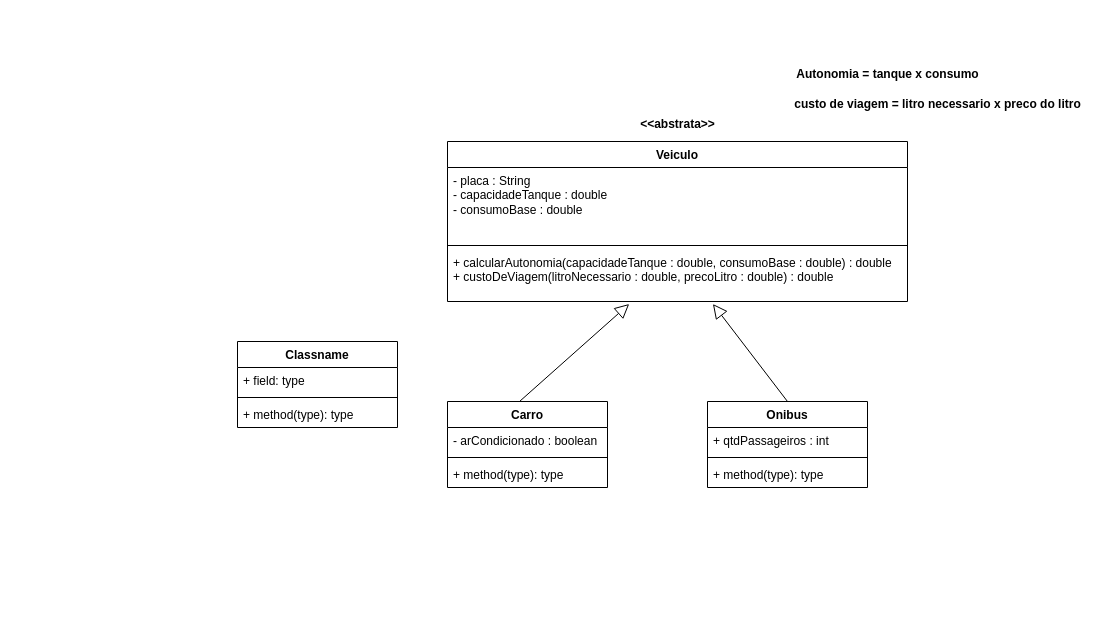
Earlier version of the draw.io diagram POO/Exercicio_Heranca_Modelagem/exe_questao2/src/main/java/com/empresa/Diagrama.drawio (djuliasabrina/FURB). Source tidied: cells renumbered, new cells numbered last; positions are measured from the earlier drawing's top-left corner, leaving out a move shared by most shapes. Both pictures are drawn from the tidied source at 100%, with x=0, y=0 at pixel (237, 61).
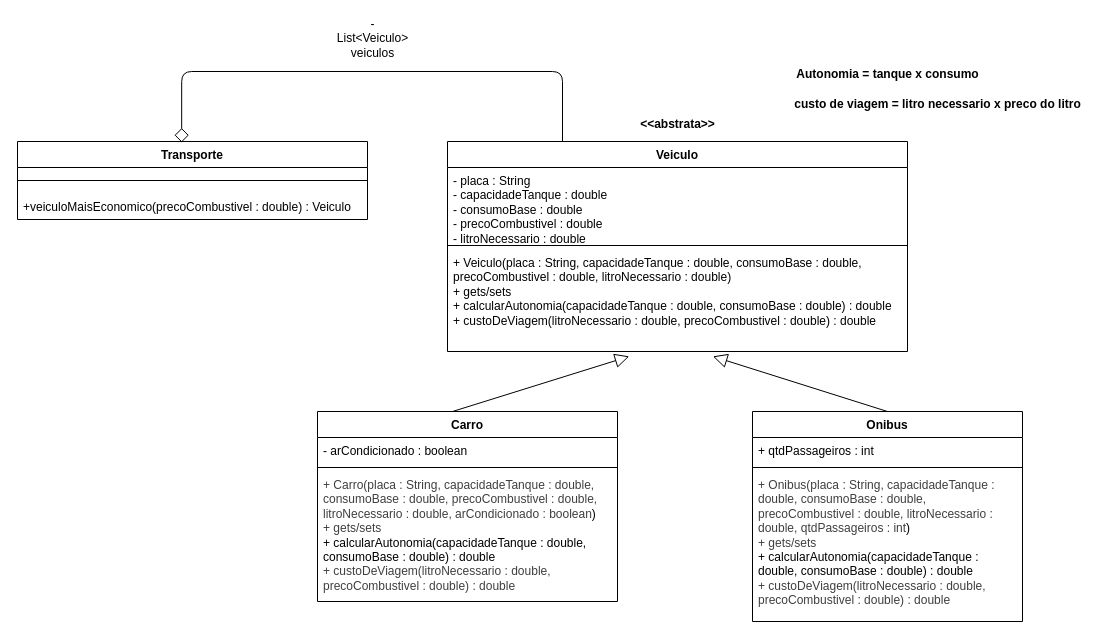
The same diagram, later.

What changed in the source:
```diff
@@
     <mxCell id="2" value="Veiculo&lt;div&gt;&lt;br&gt;&lt;/div&gt;" style="swimlane;fontStyle=1;align=center;verticalAlign=top;horizontal=1;startSize=26;whiteSpace=wrap;html=1;" parent="1" vertex="1">
-      <mxGeometry x="210" y="80" width="460" height="160" as="geometry" />
+      <mxGeometry x="210" y="80" width="460" height="210" as="geometry" />
     </mxCell>
-    <mxCell id="3" value="- placa : String&lt;div&gt;- capacidadeTanque : double&lt;/div&gt;&lt;div&gt;- consumoBase : double&lt;/div&gt;" style="text;strokeColor=none;fillColor=none;align=left;verticalAlign=top;spacingLeft=4;spacingRight=4;overflow=hidden;whiteSpace=wrap;html=1;" parent="2" vertex="1">
+    <mxCell id="3" value="- placa : String&lt;div&gt;- capacidadeTanque : double&lt;/div&gt;&lt;div&gt;- consumoBase : double&lt;/div&gt;&lt;div&gt;- precoCombustivel : double&lt;/div&gt;&lt;div&gt;- litroNecessario : double&lt;/div&gt;" style="text;strokeColor=none;fillColor=none;align=left;verticalAlign=top;spacingLeft=4;spacingRight=4;overflow=hidden;whiteSpace=wrap;html=1;" parent="2" vertex="1">
       <mxGeometry y="26" width="460" height="74" as="geometry" />
     </mxCell>
@@
-    <mxCell id="5" value="+ calcularAutonomia(capacidadeTanque : double, consumoBase : double) : double&lt;div&gt;+ custoDeViagem(litroNecessario : double, precoLitro : double) : double&lt;/div&gt;" style="text;strokeColor=none;fillColor=none;align=left;verticalAlign=top;spacingLeft=4;spacingRight=4;overflow=hidden;points=[[0,0.5],[1,0.5]];portConstraint=eastwest;whiteSpace=wrap;html=1;" parent="2" vertex="1">
-      <mxGeometry y="108" width="460" height="52" as="geometry" />
+    <mxCell id="5" value="&lt;div&gt;+ Veiculo(placa : String, capacidadeTanque : double, consumoBase : double, precoCombustivel : double, litroNecessario : double)&amp;nbsp;&lt;/div&gt;&lt;div&gt;+ gets/sets&lt;/div&gt;+ calcularAutonomia(capacidadeTanque : double, consumoBase : double) : double&lt;div&gt;+ custoDeViagem(litroNecessario : double, precoCombustivel : double) : double&lt;/div&gt;" style="text;strokeColor=none;fillColor=none;align=left;verticalAlign=top;spacingLeft=4;spacingRight=4;overflow=hidden;points=[[0,0.5],[1,0.5]];portConstraint=eastwest;whiteSpace=wrap;html=1;" parent="2" vertex="1">
+      <mxGeometry y="108" width="460" height="102" as="geometry" />
     </mxCell>
     <mxCell id="6" value="Onibus" style="swimlane;fontStyle=1;align=center;verticalAlign=top;horizontal=1;startSize=26;whiteSpace=wrap;html=1;" parent="1" vertex="1">
-      <mxGeometry x="470" y="340" width="160" height="86" as="geometry" />
+      <mxGeometry x="515" y="350" width="270" height="210" as="geometry" />
     </mxCell>
     <mxCell id="7" value="+ qtdPassageiros : int" style="text;strokeColor=none;fillColor=none;align=left;verticalAlign=top;spacingLeft=4;spacingRight=4;overflow=hidden;whiteSpace=wrap;html=1;" parent="6" vertex="1">
-      <mxGeometry y="26" width="160" height="26" as="geometry" />
+      <mxGeometry y="26" width="270" height="26" as="geometry" />
     </mxCell>
     <mxCell id="8" style="line;strokeWidth=1;fillColor=none;align=left;verticalAlign=middle;spacingTop=-1;spacingLeft=3;spacingRight=3;labelPosition=right;strokeColor=inherit;" parent="6" vertex="1">
-      <mxGeometry y="52" width="160" height="8" as="geometry" />
+      <mxGeometry y="52" width="270" height="8" as="geometry" />
     </mxCell>
-    <mxCell id="9" value="+ method(type): type" style="text;strokeColor=none;fillColor=none;align=left;verticalAlign=top;spacingLeft=4;spacingRight=4;overflow=hidden;whiteSpace=wrap;html=1;" parent="6" vertex="1">
-      <mxGeometry y="60" width="160" height="26" as="geometry" />
+    <mxCell id="9" value="&lt;div&gt;&lt;span style=&quot;color: rgb(63, 63, 63);&quot;&gt;+ Onibus(&lt;/span&gt;&lt;span style=&quot;color: rgb(63, 63, 63); background-color: transparent;&quot;&gt;placa : String, capacidadeTanque : double, consumoBase : double, precoCombustivel : double, litroNecessario : double, qtdPassageiros : int&lt;/span&gt;&lt;span style=&quot;background-color: transparent;&quot;&gt;)&lt;/span&gt;&lt;/div&gt;&lt;span style=&quot;color: rgb(63, 63, 63);&quot;&gt;+ gets/sets&lt;/span&gt;&lt;div&gt;&lt;span style=&quot;color: rgb(63, 63, 63);&quot;&gt;&lt;span style=&quot;color: rgb(0, 0, 0);&quot;&gt;+ calcularAutonomia(capacidadeTanque : double, consumoBase : double) : double&lt;/span&gt;&lt;div style=&quot;color: rgb(63, 63, 63); scrollbar-color: rgba(121, 121, 121, 0.4) rgb(40, 42, 54);&quot;&gt;+ custoDeViagem(litroNecessario : double, precoCombustivel : double) : double&lt;/div&gt;&lt;/span&gt;&lt;/div&gt;" style="text;strokeColor=none;fillColor=none;align=left;verticalAlign=top;spacingLeft=4;spacingRight=4;overflow=hidden;whiteSpace=wrap;html=1;" parent="6" vertex="1">
+      <mxGeometry y="60" width="270" height="150" as="geometry" />
     </mxCell>
     <mxCell id="10" value="Carro" style="swimlane;fontStyle=1;align=center;verticalAlign=top;horizontal=1;startSize=26;whiteSpace=wrap;html=1;" parent="1" vertex="1">
-      <mxGeometry x="210" y="340" width="160" height="86" as="geometry" />
+      <mxGeometry x="80" y="350" width="300" height="190" as="geometry" />
     </mxCell>
     <mxCell id="11" value="- arCondicionado : boolean" style="text;strokeColor=none;fillColor=none;align=left;verticalAlign=top;spacingLeft=4;spacingRight=4;overflow=hidden;whiteSpace=wrap;html=1;" parent="10" vertex="1">
-      <mxGeometry y="26" width="160" height="26" as="geometry" />
+      <mxGeometry y="26" width="300" height="26" as="geometry" />
     </mxCell>
     <mxCell id="12" style="line;strokeWidth=1;fillColor=none;align=left;verticalAlign=middle;spacingTop=-1;spacingLeft=3;spacingRight=3;labelPosition=right;strokeColor=inherit;" parent="10" vertex="1">
-      <mxGeometry y="52" width="160" height="8" as="geometry" />
+      <mxGeometry y="52" width="300" height="8" as="geometry" />
     </mxCell>
-    <mxCell id="13" value="+ method(type): type" style="text;strokeColor=none;fillColor=none;align=left;verticalAlign=top;spacingLeft=4;spacingRight=4;overflow=hidden;whiteSpace=wrap;html=1;" parent="10" vertex="1">
-      <mxGeometry y="60" width="160" height="26" as="geometry" />
+    <mxCell id="13" value="&lt;div&gt;&lt;span style=&quot;color: rgb(63, 63, 63);&quot;&gt;+ Carro(&lt;/span&gt;&lt;span style=&quot;color: rgb(63, 63, 63); background-color: transparent;&quot;&gt;placa : String, capacidadeTanque : double, consumoBase : double, precoCombustivel : double, litroNecessario : double, arCondicionado : boolean&lt;/span&gt;&lt;span style=&quot;background-color: transparent;&quot;&gt;)&lt;/span&gt;&lt;/div&gt;&lt;span style=&quot;color: rgb(63, 63, 63);&quot;&gt;+ gets/sets&lt;/span&gt;&lt;div&gt;&lt;span style=&quot;color: rgb(0, 0, 0);&quot;&gt;+ calcularAutonomia(capacidadeTanque : double, consumoBase : double) : double&lt;/span&gt;&lt;div style=&quot;color: rgb(63, 63, 63); scrollbar-color: rgba(121, 121, 121, 0.4) rgb(40, 42, 54);&quot;&gt;+ custoDeViagem(litroNecessario : double, precoCombustivel : double) : double&lt;/div&gt;&lt;/div&gt;" style="text;strokeColor=none;fillColor=none;align=left;verticalAlign=top;spacingLeft=4;spacingRight=4;overflow=hidden;whiteSpace=wrap;html=1;" parent="10" vertex="1">
+      <mxGeometry y="60" width="300" height="130" as="geometry" />
     </mxCell>
@@
-    <mxCell id="18" value="Classname" style="swimlane;fontStyle=1;align=center;verticalAlign=top;horizontal=1;startSize=26;whiteSpace=wrap;html=1;" parent="1" vertex="1">
-      <mxGeometry y="280" width="160" height="86" as="geometry" />
+    <mxCell id="18" value="Transporte" style="swimlane;fontStyle=1;align=center;verticalAlign=top;horizontal=1;startSize=26;whiteSpace=wrap;html=1;" parent="1" vertex="1">
+      <mxGeometry x="-220" y="80" width="350" height="78" as="geometry" />
     </mxCell>
-    <mxCell id="19" value="+ field: type" style="text;strokeColor=none;fillColor=none;align=left;verticalAlign=top;spacingLeft=4;spacingRight=4;overflow=hidden;whiteSpace=wrap;html=1;" parent="18" vertex="1">
-      <mxGeometry y="26" width="160" height="26" as="geometry" />
-    </mxCell>
     <mxCell id="20" style="line;strokeWidth=1;fillColor=none;align=left;verticalAlign=middle;spacingTop=-1;spacingLeft=3;spacingRight=3;labelPosition=right;strokeColor=inherit;" parent="18" vertex="1">
-      <mxGeometry y="52" width="160" height="8" as="geometry" />
+      <mxGeometry y="26" width="350" height="26" as="geometry" />
     </mxCell>
-    <mxCell id="21" value="+ method(type): type" style="text;strokeColor=none;fillColor=none;align=left;verticalAlign=top;spacingLeft=4;spacingRight=4;overflow=hidden;whiteSpace=wrap;html=1;" parent="18" vertex="1">
-      <mxGeometry y="60" width="160" height="26" as="geometry" />
+    <mxCell id="21" value="+veiculoMaisEconomico(precoCombustivel : double) : Veiculo" style="text;strokeColor=none;fillColor=none;align=left;verticalAlign=top;spacingLeft=4;spacingRight=4;overflow=hidden;whiteSpace=wrap;html=1;" parent="18" vertex="1">
+      <mxGeometry y="52" width="350" height="26" as="geometry" />
     </mxCell>
@@
+    <mxCell id="23" style="endArrow=diamond;endFill=0;endSize=12;html=1;exitX=0.25;exitY=0;exitDx=0;exitDy=0;entryX=0.469;entryY=0.012;entryDx=0;entryDy=0;entryPerimeter=0;" parent="1" edge="1" source="2" target="18">
+      <mxGeometry x="-0.01" relative="1" as="geometry">
+        <Array as="points">
+          <mxPoint x="325" y="10" />
+          <mxPoint x="-55.8" y="10" />
+        </Array>
+      </mxGeometry>
+    </mxCell>
+    <mxCell id="24" value="&lt;span style=&quot;color: rgb(0, 0, 0); font-weight: 400; text-align: left; white-space: normal;&quot;&gt;- List&amp;lt;Veiculo&amp;gt; veiculos&lt;/span&gt;" style="text;align=center;fontStyle=1;verticalAlign=middle;spacingLeft=3;spacingRight=3;strokeColor=none;html=1;" parent="1" vertex="1">
+      <mxGeometry x="90" y="-36" width="90" height="26" as="geometry" />
+    </mxCell>
```
